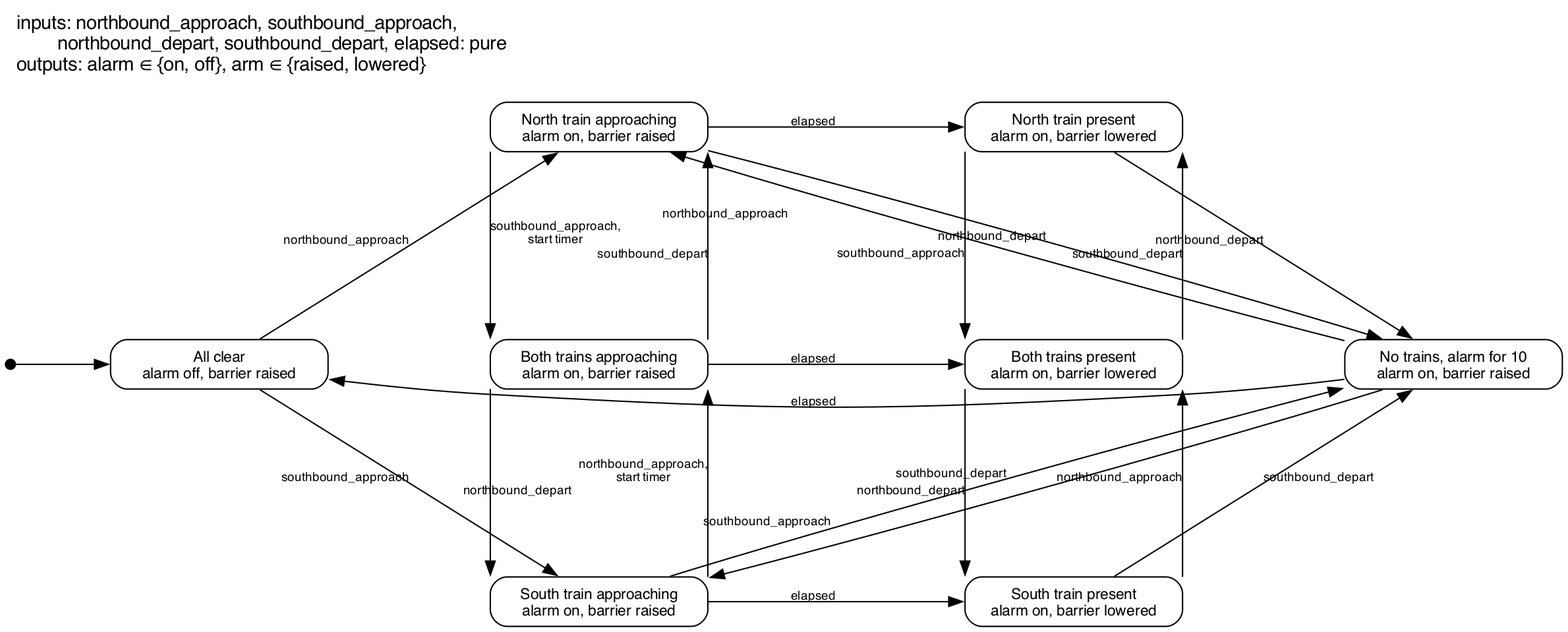
Earlier version of the Graphviz export train_fsm.png (uofu-advemb-26/adv_emb_lab9_hl_al). Its source is kept beside it as train_fsm.dot. Source of this version:
```dot
digraph crossing {
    layout=neato;                      // honor the fixed pos="x,y!" below
    splines=true;                      // route edges around states
    overlap=false;
    sep="+12";

    labelloc="t";        // t = top, b = bottom
    labeljust="l";       // l = left-aligned, r = right, c = center
    label="inputs: northbound_approach, southbound_approach,\l        northbound_depart, southbound_depart, elapsed: pure\loutputs: alarm ∈ {on, off}, arm ∈ {raised, lowered}\l\l";
    fontname="Helvetica";

    node [shape=box, style="rounded", fontname="Helvetica", fontsize=11, width=2.2];
    edge [fontname="Helvetica", fontsize=9, labelfontname="Helvetica", labelfontsize=9,
          labeldistance=6, labelangle=-30];  // headlabels sit by the arrowhead

    start [shape=point, width=0.1];    // invisible dot for the initial arrow
    start -> S0;


    S0    [label="All clear\nalarm off, barrier raised"];

    S1    [label="North train approaching\nalarm on, barrier raised"];
    S2    [label="South train approaching\nalarm on, barrier raised"];
    S3    [label="Both trains approaching\nalarm on, barrier raised"];

    S4    [label="North train present\nalarm on, barrier lowered"];
    S5    [label="South train present\nalarm on, barrier lowered"];
    S6    [label="Both trains present\nalarm on, barrier lowered"];

    S7    [label="No trains, alarm for 10\nalarm on, barrier raised"];


    start [pos="-2.2,0!"];
    S0    [pos="0,0!"];
    S1    [pos="4,2.5!"];
    S3    [pos="4,0!"];
    S2    [pos="4,-2.5!"];
    S4    [pos="9,2.5!"];
    S6    [pos="9,0!"];
    S5    [pos="9,-2.5!"];
    S7    [pos="13,0!"];


    S0 -> S1   [label="northbound_approach"];
    S0 -> S2   [label="southbound_approach"];

    S1 -> S3   [label="southbound_approach,\nstart timer", tailport=sw, headport=nw];
    S1 -> S4   [label="elapsed"];
    S1 -> S7   [label="northbound_depart"];     // edge case train left early before gate could lower

    S2 -> S3   [label="northbound_approach,\nstart timer", tailport=ne, headport=se];
    S2 -> S5   [label="elapsed"];
    S2 -> S7   [label="southbound_depart"];     // edge case train left early before gate could lower

    S3 -> S6   [label="elapsed"];
    S3 -> S1   [label="southbound_depart", tailport=ne, headport=se];     // edge case train left early before gate could lower
    S3 -> S2   [label="northbound_depart", tailport=sw, headport=nw];     // edge case train left early before gate could lower

    S4 -> S6   [label="southbound_approach", tailport=sw, headport=nw];
    S4 -> S7   [label="northbound_depart"];

    S5 -> S6   [label="northbound_approach", tailport=ne, headport=se];
    S5 -> S7   [label="southbound_depart"];

    S6 -> S4   [label="southbound_depart", tailport=ne, headport=se];
    S6 -> S5   [label="northbound_depart", tailport=sw, headport=nw];

    S7 -> S1   [headlabel="northbound_approach"];
    S7 -> S2   [headlabel="southbound_approach", labelangle=30];
    S7 -> S0   [label="elapsed"];
}
```
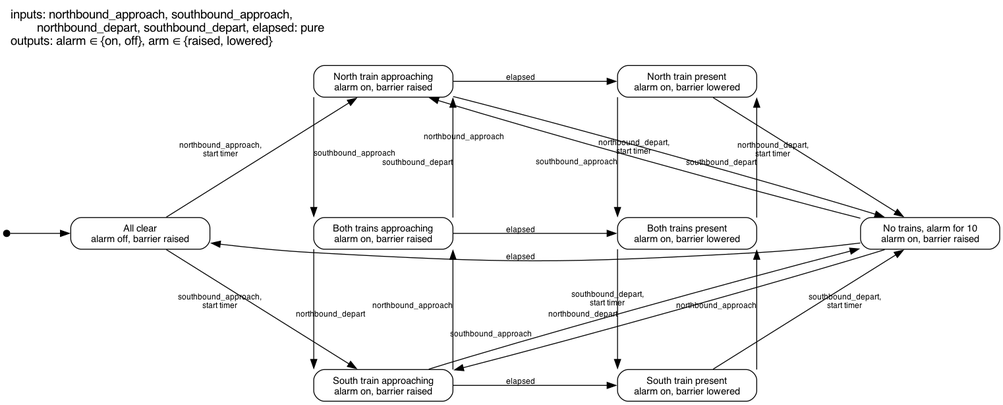
Later version of the same file.

Commit message:
updated my train fsm to have the correct start_timer signal

Diff of the diagram source:
```diff
@@ -41,26 +41,26 @@
     S7    [pos="13,0!"];
 
 
-    S0 -> S1   [label="northbound_approach"];
-    S0 -> S2   [label="southbound_approach"];
+    S0 -> S1   [label="northbound_approach,\nstart timer"];
+    S0 -> S2   [label="southbound_approach,\nstart timer"];
 
-    S1 -> S3   [label="southbound_approach,\nstart timer", tailport=sw, headport=nw];
+    S1 -> S3   [label="southbound_approach", tailport=sw, headport=nw];
     S1 -> S4   [label="elapsed"];
-    S1 -> S7   [label="northbound_depart"];     // edge case train left early before gate could lower
+    S1 -> S7   [label="northbound_depart,\nstart timer"];     // edge case train left early before gate could lower
 
-    S2 -> S3   [label="northbound_approach,\nstart timer", tailport=ne, headport=se];
+    S2 -> S3   [label="northbound_approach", tailport=ne, headport=se];
     S2 -> S5   [label="elapsed"];
-    S2 -> S7   [label="southbound_depart"];     // edge case train left early before gate could lower
+    S2 -> S7   [label="southbound_depart,\nstart timer"];     // edge case train left early before gate could lower
 
     S3 -> S6   [label="elapsed"];
     S3 -> S1   [label="southbound_depart", tailport=ne, headport=se];     // edge case train left early before gate could lower
     S3 -> S2   [label="northbound_depart", tailport=sw, headport=nw];     // edge case train left early before gate could lower
 
     S4 -> S6   [label="southbound_approach", tailport=sw, headport=nw];
-    S4 -> S7   [label="northbound_depart"];
+    S4 -> S7   [label="northbound_depart,\nstart timer"];
 
     S5 -> S6   [label="northbound_approach", tailport=ne, headport=se];
-    S5 -> S7   [label="southbound_depart"];
+    S5 -> S7   [label="southbound_depart,\nstart timer"];
 
     S6 -> S4   [label="southbound_depart", tailport=ne, headport=se];
     S6 -> S5   [label="northbound_depart", tailport=sw, headport=nw];
```
